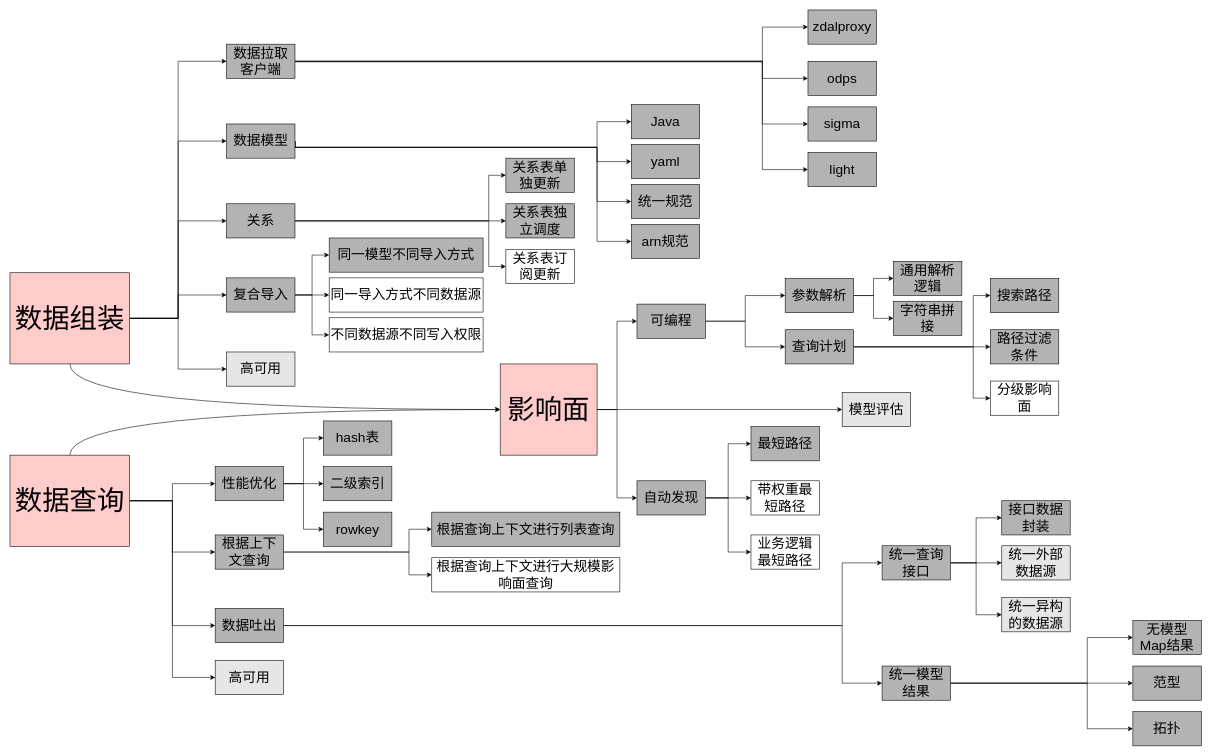
The draw.io diagram 影响面科技树.drawio in frankneu/draw.io, before the edit. Source tidied: cells renumbered, new cells numbered last; positions are measured from the earlier drawing's top-left corner, leaving out a move shared by most shapes. Both pictures are drawn from the tidied source at 57%, with x=0, y=0 at pixel (10, 10).
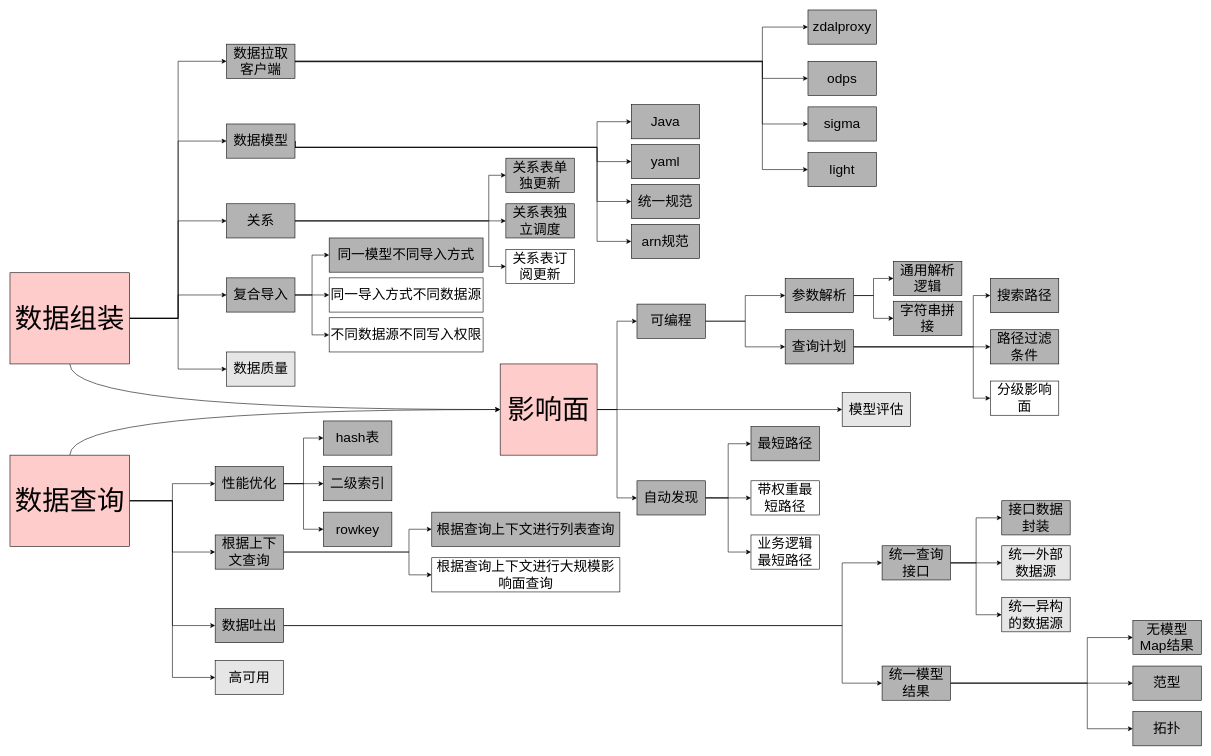
The same page after the edit.

Commit message (it also covers changes not shown here):
Update 影响面科技树.drawio

What changed in the source:
```diff
@@
-    <mxCell id="100" value="&lt;font style=&quot;font-size: 24px&quot;&gt;高可用&lt;/font&gt;" style="rounded=0;whiteSpace=wrap;html=1;fillColor=#E6E6E6;" parent="1" vertex="1">
+    <mxCell id="100" value="&lt;font style=&quot;font-size: 24px&quot;&gt;数据质量&lt;/font&gt;" style="rounded=0;whiteSpace=wrap;html=1;fillColor=#E6E6E6;" parent="1" vertex="1">
       <mxGeometry x="380" y="600" width="120" height="60" as="geometry" />
     </mxCell>
```
